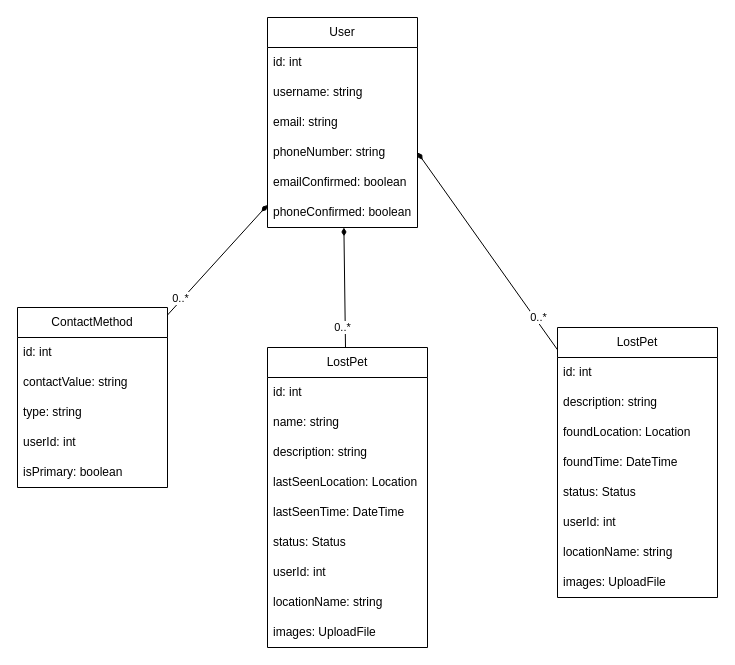
This is Sơ đồ lớp.drawio from TranSiTien/anchor-fetch-idl-history, a draw.io file, before an edit. Source tidied: cells renumbered, new cells numbered last; positions are measured from the earlier drawing's top-left corner, leaving out a move shared by most shapes. Both pictures are drawn from the tidied source at 100%, with x=0, y=0 at pixel (17, 17).
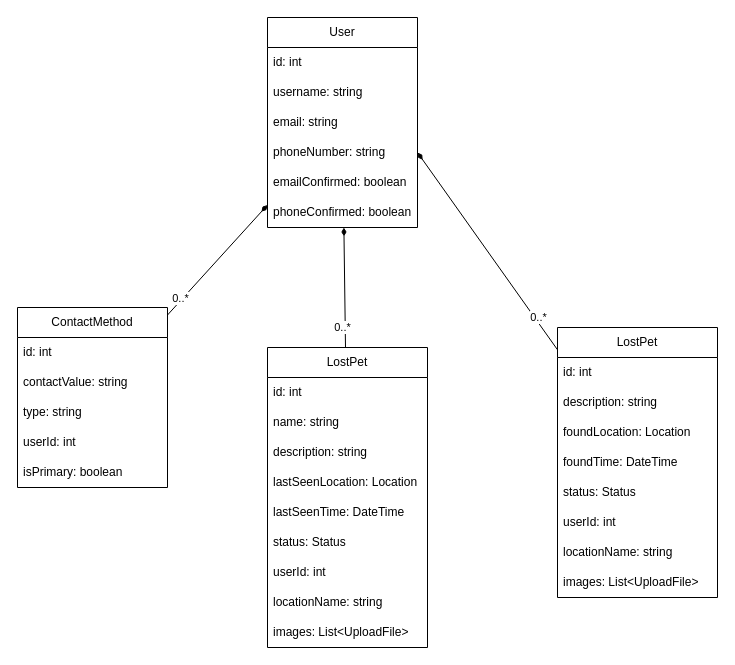
Above is the later version.

The change refers to these unchanged cells:
```xml
<mxCell id="15" value="LostPet" style="swimlane;fontStyle=0;horizontal=1;startSize=30;whiteSpace=wrap;html=1;" parent="1" vertex="1">
  <mxGeometry x="250" y="330" width="160" height="300" as="geometry" />
</mxCell>
<mxCell id="25" value="LostPet" style="swimlane;fontStyle=0;horizontal=1;startSize=30;whiteSpace=wrap;html=1;" parent="1" vertex="1">
  <mxGeometry x="540" y="310" width="160" height="270" as="geometry" />
</mxCell>
```

The edit, as a diff of the source:
```diff
@@
-    <mxCell id="24" value="images: UploadFile" style="text;strokeColor=none;fillColor=none;align=left;verticalAlign=middle;spacingLeft=4;spacingRight=4;overflow=hidden;whiteSpace=wrap;html=1;" parent="15" vertex="1">
+    <mxCell id="24" value="images: List&amp;lt;UploadFile&amp;gt;" style="text;strokeColor=none;fillColor=none;align=left;verticalAlign=middle;spacingLeft=4;spacingRight=4;overflow=hidden;whiteSpace=wrap;html=1;" parent="15" vertex="1">
       <mxGeometry y="270" width="160" height="30" as="geometry" />
     </mxCell>
@@
-    <mxCell id="33" value="images: UploadFile" style="text;strokeColor=none;fillColor=none;align=left;verticalAlign=middle;spacingLeft=4;spacingRight=4;overflow=hidden;whiteSpace=wrap;html=1;" parent="25" vertex="1">
+    <mxCell id="33" value="images: List&amp;lt;UploadFile&amp;gt;" style="text;strokeColor=none;fillColor=none;align=left;verticalAlign=middle;spacingLeft=4;spacingRight=4;overflow=hidden;whiteSpace=wrap;html=1;" parent="25" vertex="1">
       <mxGeometry y="240" width="160" height="30" as="geometry" />
     </mxCell>
```
